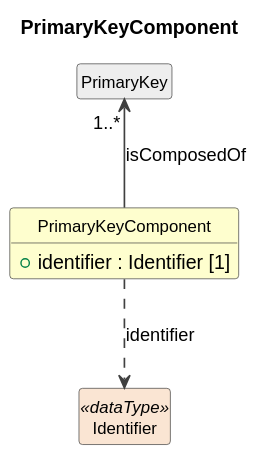
Cross-Domain-Interoperability-Framework/metadataBuildingBlocks keeps this PlantUML diagram as build/field-level-documentation/CDIFDataDescription/Classes/PrimaryKeyComponent.svg. Above is the earlier version. Its diagram source:
```plantuml
@startuml
title PrimaryKeyComponent
hide circle
hide empty members
skinparam shadowing false
skinparam ArrowThickness 1.2
skinparam class {
  ArrowColor #404040
  BorderColor #404040
  FontSize 12
}

class "PrimaryKeyComponent" as PrimaryKeyComponent #FEFECE {
  +identifier : Identifier [1]
}
class "PrimaryKey" as PrimaryKey #EEEEEE
PrimaryKey "1..*" <-- PrimaryKeyComponent : isComposedOf
class "Identifier" as Identifier <<dataType>> #FAE5D3
PrimaryKeyComponent ..> Identifier : identifier
@enduml
```
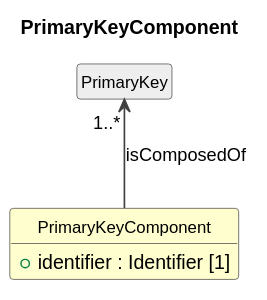
The same file after the commit.

What changed in the source:
```diff
@@ -15,6 +15,4 @@
 }
 class "PrimaryKey" as PrimaryKey #EEEEEE
 PrimaryKey "1..*" <-- PrimaryKeyComponent : isComposedOf
-class "Identifier" as Identifier <<dataType>> #FAE5D3
-PrimaryKeyComponent ..> Identifier : identifier
 @enduml
```
